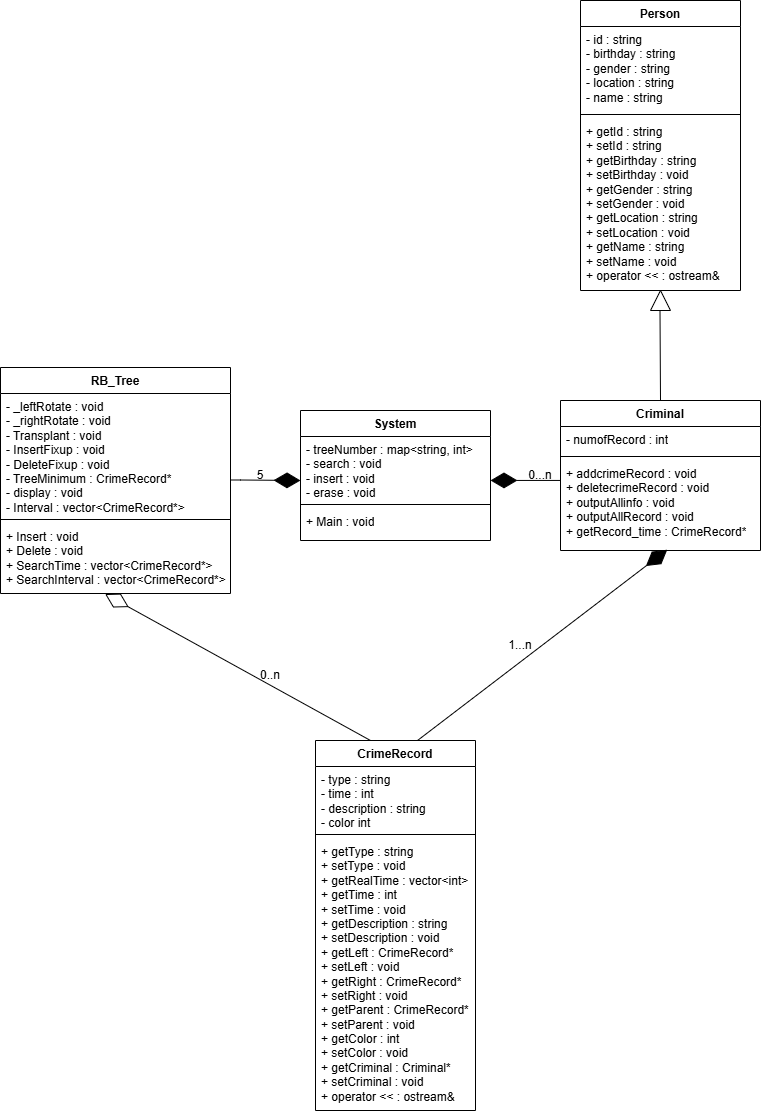
yankai-lu/OOP-criminal-record-system keeps this draw.io diagram as UML/CrimeRecordSystem_UML.drawio.png. Above is the earlier version. Source tidied: cells renumbered, new cells last; positions are measured from the earlier drawing's top-left corner, leaving out a move shared by most shapes.
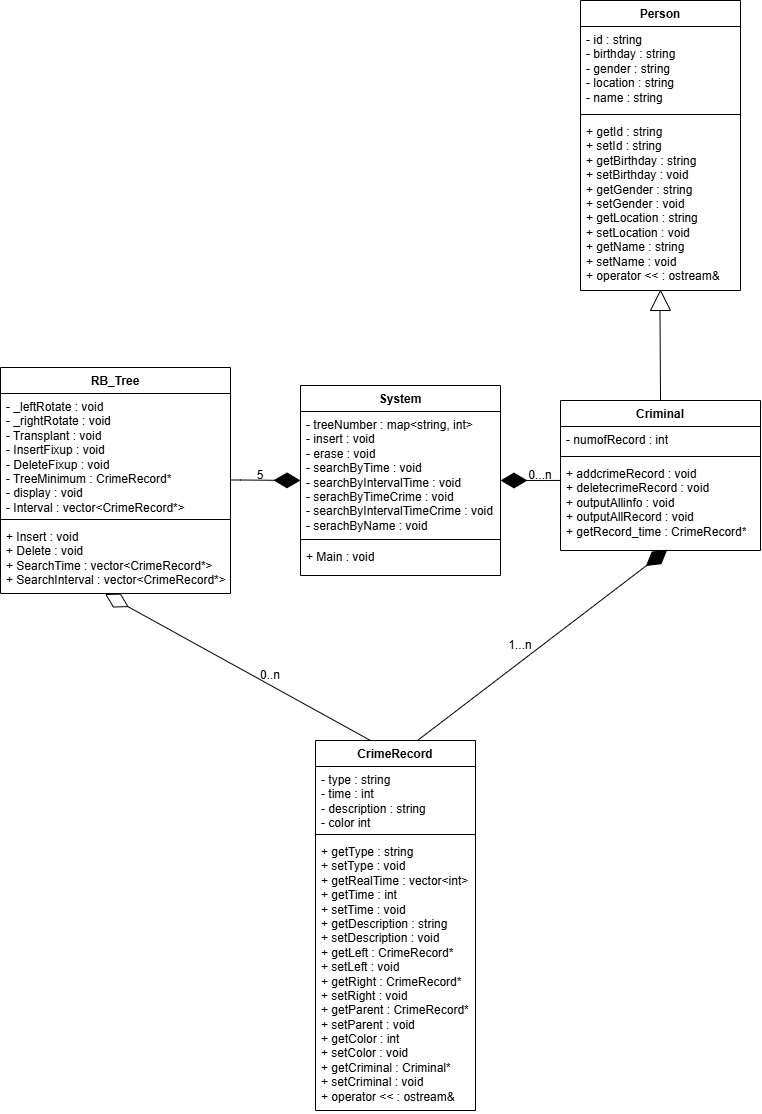
The same diagram one commit later.

Diff of the diagram source:
```diff
@@ -3,16 +3,16 @@
     <mxCell id="0" />
     <mxCell id="1" parent="0" />
     <mxCell id="2" value="System" style="swimlane;fontStyle=1;align=center;verticalAlign=top;horizontal=1;startSize=26;whiteSpace=wrap;html=1;" parent="1" vertex="1">
-      <mxGeometry x="300" y="410" width="190" height="130" as="geometry" />
+      <mxGeometry x="300" y="385" width="200" height="190" as="geometry" />
     </mxCell>
-    <mxCell id="3" value="&lt;div&gt;- treeNumber : map&amp;lt;string, int&lt;span style=&quot;background-color: initial;&quot;&gt;&amp;gt;&lt;/span&gt;&lt;/div&gt;&lt;div&gt;- search : void&lt;div&gt;- insert : void&lt;/div&gt;&lt;div&gt;- erase : void&lt;/div&gt;&lt;/div&gt;" style="text;strokeColor=none;fillColor=none;align=left;verticalAlign=top;spacingLeft=4;spacingRight=4;overflow=hidden;whiteSpace=wrap;html=1;spacing=2;spacingTop=0;spacingBottom=0;fontStyle=0;horizontal=1;" parent="2" vertex="1">
-      <mxGeometry y="26" width="190" height="64" as="geometry" />
+    <mxCell id="3" value="&lt;div&gt;- treeNumber : map&amp;lt;string, int&lt;span style=&quot;background-color: initial;&quot;&gt;&amp;gt;&lt;/span&gt;&lt;/div&gt;&lt;div&gt;&lt;div&gt;- insert : void&lt;/div&gt;&lt;div&gt;- erase : void&lt;/div&gt;&lt;/div&gt;&lt;div&gt;- searchByTime : void&lt;/div&gt;&lt;div&gt;- searchByIntervalTime : void&lt;br&gt;- serachByTimeCrime : void&lt;/div&gt;&lt;div&gt;- searchByIntervalTimeCrime : void&lt;br&gt;- serachByName : void&lt;/div&gt;" style="text;strokeColor=none;fillColor=none;align=left;verticalAlign=top;spacingLeft=4;spacingRight=4;overflow=hidden;whiteSpace=wrap;html=1;spacing=2;spacingTop=0;spacingBottom=0;fontStyle=0;horizontal=1;" parent="2" vertex="1">
+      <mxGeometry y="26" width="200" height="124" as="geometry" />
     </mxCell>
     <mxCell id="4" style="line;strokeWidth=1;fillColor=none;align=left;verticalAlign=middle;spacingTop=-1;spacingLeft=3;spacingRight=3;labelPosition=right;strokeColor=inherit;" parent="2" vertex="1">
-      <mxGeometry y="90" width="190" height="8" as="geometry" />
+      <mxGeometry y="150" width="200" height="8" as="geometry" />
     </mxCell>
     <mxCell id="5" value="&lt;div&gt;+ Main : void&lt;/div&gt;" style="text;strokeColor=none;fillColor=none;align=left;verticalAlign=top;spacingLeft=4;spacingRight=4;overflow=hidden;whiteSpace=wrap;html=1;" parent="2" vertex="1">
-      <mxGeometry y="98" width="190" height="32" as="geometry" />
+      <mxGeometry y="158" width="200" height="32" as="geometry" />
     </mxCell>
     <mxCell id="6" value="RB_Tree" style="swimlane;fontStyle=1;align=center;verticalAlign=top;horizontal=1;startSize=26;whiteSpace=wrap;html=1;" parent="1" vertex="1">
       <mxGeometry y="367" width="230" height="226" as="geometry" />
@@ -119,7 +119,7 @@
     <mxCell id="33" style="endArrow=diamondThin;endFill=1;endSize=24;html=1;rounded=0;" parent="1" edge="1">
       <mxGeometry relative="1" as="geometry">
         <mxPoint x="560" y="479.9" as="sourcePoint" />
-        <mxPoint x="490" y="479.9" as="targetPoint" />
+        <mxPoint x="500" y="480" as="targetPoint" />
       </mxGeometry>
     </mxCell>
   </root>
```
